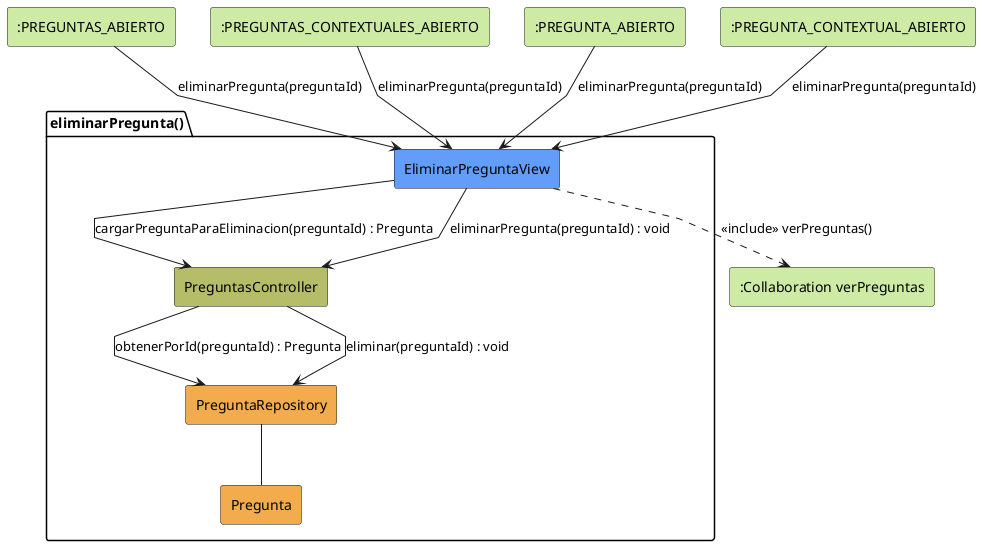
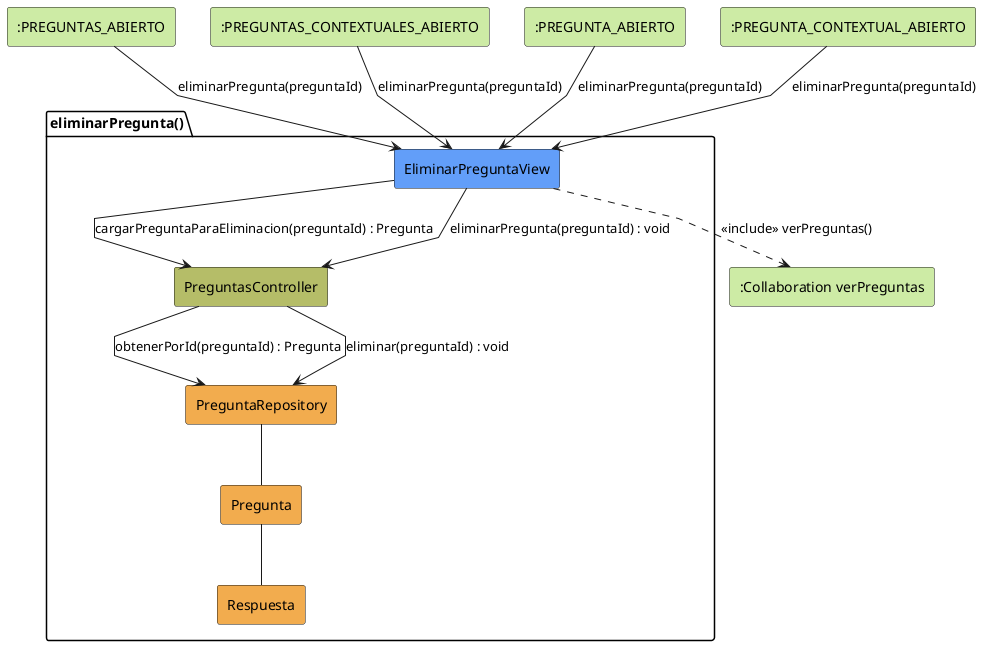
@startuml eliminarPregunta-analisis
skinparam linetype polyline

rectangle #CDEBA5 ":PREGUNTAS_ABIERTO" as PreguntasAbierto
rectangle #CDEBA5 ":PREGUNTAS_CONTEXTUALES_ABIERTO" as PreguntasContextualesAbierto
rectangle #CDEBA5 ":PREGUNTA_ABIERTO" as PreguntaAbierto
rectangle #CDEBA5 ":PREGUNTA_CONTEXTUAL_ABIERTO" as PreguntaContextualAbierto
rectangle #CDEBA5 ":Collaboration verPreguntas" as VerPreguntas

package eliminarPregunta as "eliminarPregunta()" {
    rectangle #629EF9 EliminarPreguntaView
    rectangle #b5bd68 PreguntasController
    rectangle #F2AC4E PreguntaRepository
    rectangle #F2AC4E Pregunta
+     rectangle #F2AC4E Respuesta
}

PreguntasAbierto --> EliminarPreguntaView: eliminarPregunta(preguntaId)
PreguntasContextualesAbierto --> EliminarPreguntaView: eliminarPregunta(preguntaId)
PreguntaAbierto --> EliminarPreguntaView: eliminarPregunta(preguntaId)
PreguntaContextualAbierto --> EliminarPreguntaView: eliminarPregunta(preguntaId)

EliminarPreguntaView -d-> PreguntasController: cargarPreguntaParaEliminacion(preguntaId) : Pregunta

PreguntasController --> PreguntaRepository: obtenerPorId(preguntaId) : Pregunta

PreguntaRepository -- Pregunta

EliminarPreguntaView --> PreguntasController: eliminarPregunta(preguntaId) : void

PreguntasController --> PreguntaRepository: eliminar(preguntaId) : void

EliminarPreguntaView ..> VerPreguntas: <<include>> verPreguntas()

+ Pregunta -- Respuesta
+ 
@enduml